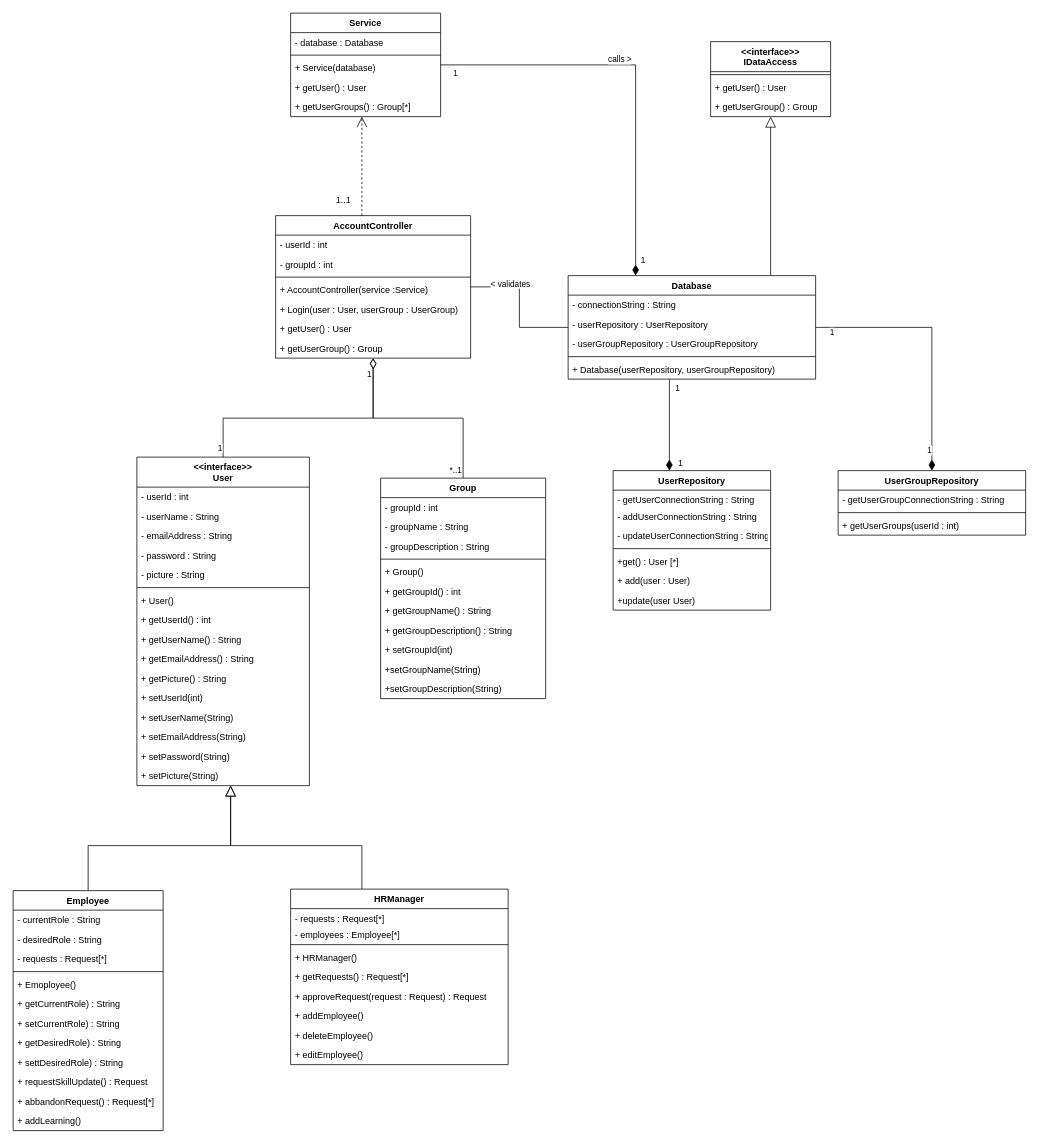
learningCurve89/WorkBasedPortfolios keeps this draw.io diagram as LoginClassDiagram.drawio. Above is the earlier version. Source tidied: cells renumbered, new cells numbered last; positions are measured from the earlier drawing's top-left corner, leaving out a move shared by most shapes. Both pictures are drawn from the tidied source at 75%, with x=0, y=0 at pixel (13, 13).
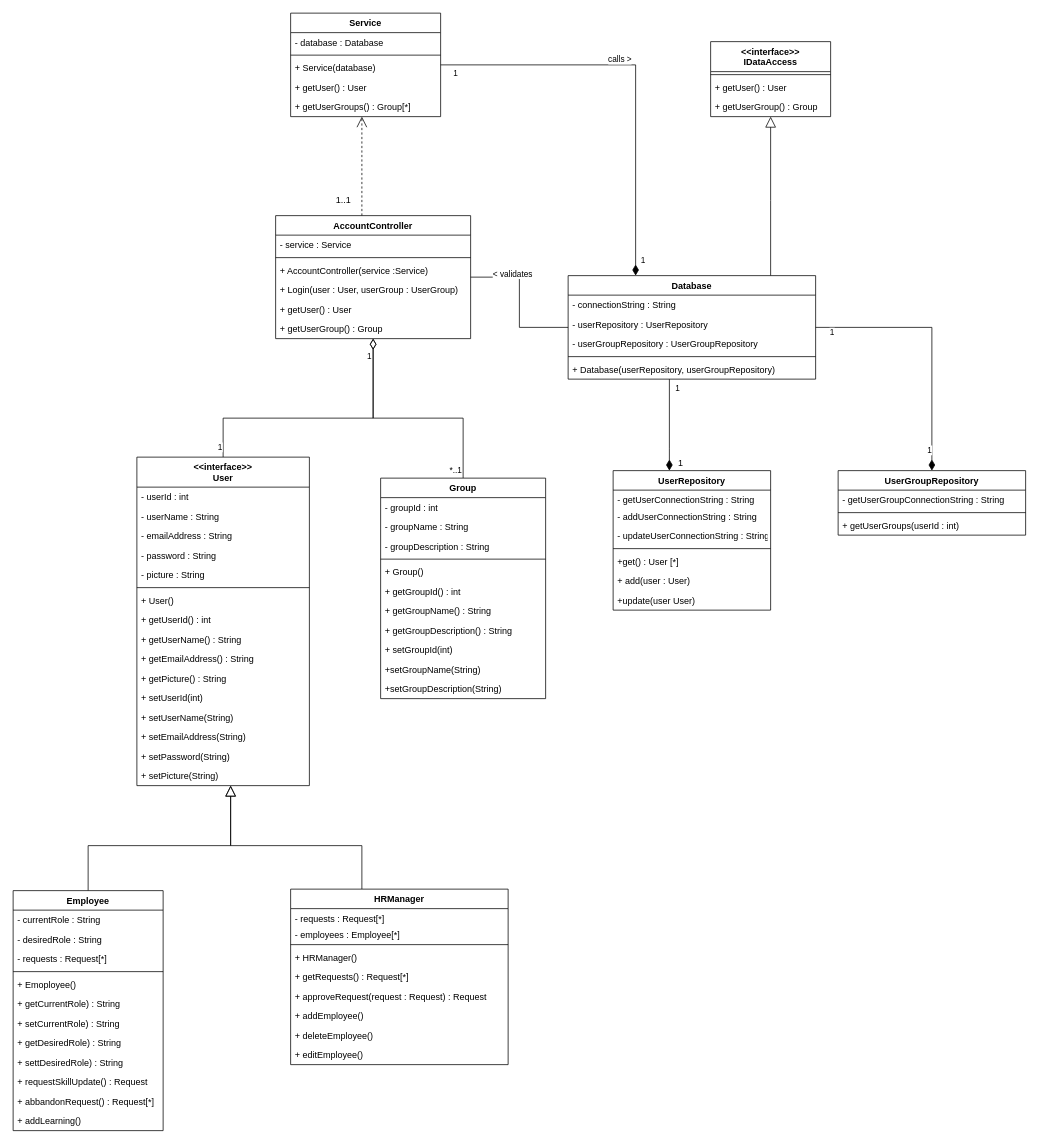
Above is the later version.

The edit, as a diff of the source:
```diff
@@
     <mxCell id="47" value="AccountController" style="swimlane;fontStyle=1;align=center;verticalAlign=top;horizontal=1;startSize=26;" parent="1" vertex="1">
-      <mxGeometry x="350" y="270" width="260" height="190" as="geometry" />
+      <mxGeometry x="350" y="270" width="260" height="164" as="geometry" />
     </mxCell>
-    <mxCell id="48" value="- userId : int" style="text;strokeColor=none;fillColor=none;align=left;verticalAlign=top;spacingLeft=4;spacingRight=4;overflow=hidden;" parent="47" vertex="1">
+    <mxCell id="48" value="- service : Service" style="text;strokeColor=none;fillColor=none;align=left;verticalAlign=top;spacingLeft=4;spacingRight=4;overflow=hidden;" parent="47" vertex="1">
       <mxGeometry y="26" width="260" height="26" as="geometry" />
     </mxCell>
-    <mxCell id="49" value="- groupId : int" style="text;strokeColor=none;fillColor=none;align=left;verticalAlign=top;spacingLeft=4;spacingRight=4;overflow=hidden;" parent="47" vertex="1">
-      <mxGeometry y="52" width="260" height="26" as="geometry" />
-    </mxCell>
     <mxCell id="50" style="line;strokeWidth=1;fillColor=none;align=left;verticalAlign=middle;spacingTop=-1;spacingLeft=3;spacingRight=3;labelPosition=right;" parent="47" vertex="1">
-      <mxGeometry y="78" width="260" height="8" as="geometry" />
+      <mxGeometry y="52" width="260" height="8" as="geometry" />
     </mxCell>
     <mxCell id="51" value="+ AccountController(service :Service)" style="text;strokeColor=none;fillColor=none;align=left;verticalAlign=top;spacingLeft=4;spacingRight=4;overflow=hidden;" parent="47" vertex="1">
-      <mxGeometry y="86" width="260" height="26" as="geometry" />
+      <mxGeometry y="60" width="260" height="26" as="geometry" />
     </mxCell>
     <mxCell id="52" value="+ Login(user : User, userGroup : UserGroup)" style="text;strokeColor=none;fillColor=none;align=left;verticalAlign=top;spacingLeft=4;spacingRight=4;overflow=hidden;" parent="47" vertex="1">
-      <mxGeometry y="112" width="260" height="26" as="geometry" />
+      <mxGeometry y="86" width="260" height="26" as="geometry" />
     </mxCell>
     <mxCell id="53" value="+ getUser() : User" style="text;strokeColor=none;fillColor=none;align=left;verticalAlign=top;spacingLeft=4;spacingRight=4;overflow=hidden;" parent="47" vertex="1">
-      <mxGeometry y="138" width="260" height="26" as="geometry" />
+      <mxGeometry y="112" width="260" height="26" as="geometry" />
     </mxCell>
     <mxCell id="54" value="+ getUserGroup() : Group" style="text;strokeColor=none;fillColor=none;align=left;verticalAlign=top;spacingLeft=4;spacingRight=4;overflow=hidden;" parent="47" vertex="1">
-      <mxGeometry y="164" width="260" height="26" as="geometry" />
+      <mxGeometry y="138" width="260" height="26" as="geometry" />
     </mxCell>
```
